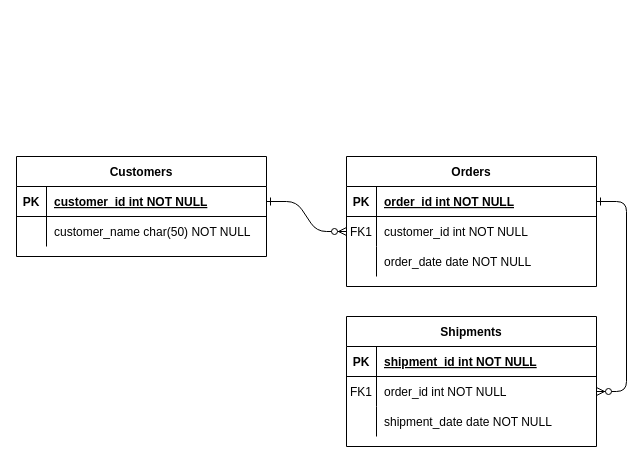
This is Untitled Diagram.drawio from rushikeshag/rushikeshag, a draw.io file, before an edit. Source tidied: cells renumbered, new cells numbered last; positions are measured from the earlier drawing's top-left corner, leaving out a move shared by most shapes. Both pictures are drawn from the tidied source at 100%, with x=0, y=0 at pixel (16, 156).
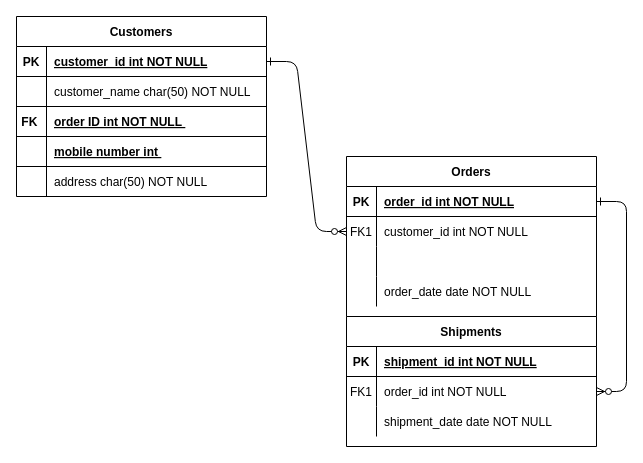
The same diagram, later.

Commit message:
First Commit for Customer able

Diff of the diagram source:
```diff
@@
     <mxCell id="4" value="Orders" style="shape=table;startSize=30;childLayout=tableLayout;rowLines=0;fontStyle=1;align=center;" parent="1" vertex="1">
-      <mxGeometry x="330" width="250" height="130" as="geometry" />
+      <mxGeometry x="330" width="250" height="160" as="geometry" />
     </mxCell>
@@
+    <mxCell id="31" style="shape=partialRectangle;fillColor=none;top=0;left=0;right=0;bottom=0;" parent="4" vertex="1">
+      <mxGeometry y="90" width="250" height="30" as="geometry" />
+    </mxCell>
+    <mxCell id="32" style="shape=partialRectangle;overflow=hidden;fillColor=none;top=0;left=0;bottom=0;right=0;" parent="31" vertex="1">
+      <mxGeometry width="30" height="30" as="geometry" />
+    </mxCell>
+    <mxCell id="33" style="shape=partialRectangle;overflow=hidden;fillColor=none;top=0;left=0;bottom=0;right=0;align=left;spacingLeft=6;" parent="31" vertex="1">
+      <mxGeometry x="30" width="220" height="30" as="geometry" />
+    </mxCell>
     <mxCell id="11" style="shape=partialRectangle;fillColor=none;top=0;left=0;right=0;bottom=0;" parent="4" vertex="1">
-      <mxGeometry y="90" width="250" height="30" as="geometry" />
+      <mxGeometry y="120" width="250" height="30" as="geometry" />
     </mxCell>
@@
     <mxCell id="24" value="Customers" style="shape=table;startSize=30;childLayout=tableLayout;rowLines=0;fontStyle=1;align=center;" parent="1" vertex="1">
-      <mxGeometry width="250" height="100" as="geometry" />
+      <mxGeometry y="-140" width="250" height="180" as="geometry" />
     </mxCell>
@@
+    <mxCell id="34" style="shape=partialRectangle;fillColor=none;top=0;left=0;right=0;bottom=1;" parent="24" vertex="1">
+      <mxGeometry y="60" width="250" height="30" as="geometry" />
+    </mxCell>
+    <mxCell id="35" style="shape=partialRectangle;overflow=hidden;fillColor=none;top=0;left=0;bottom=0;right=0;fontStyle=1;" parent="34" vertex="1">
+      <mxGeometry width="30" height="30" as="geometry" />
+    </mxCell>
+    <mxCell id="36" style="shape=partialRectangle;overflow=hidden;fillColor=none;top=0;left=0;bottom=0;right=0;align=left;spacingLeft=6;fontStyle=5;" parent="34" vertex="1">
+      <mxGeometry x="30" width="220" height="30" as="geometry" />
+    </mxCell>
+    <mxCell id="37" style="shape=partialRectangle;fillColor=none;top=0;left=0;right=0;bottom=1;" parent="24" vertex="1">
+      <mxGeometry y="90" width="250" height="30" as="geometry" />
+    </mxCell>
+    <mxCell id="38" value="FK " style="shape=partialRectangle;overflow=hidden;fillColor=none;top=0;left=0;bottom=0;right=0;fontStyle=1;" parent="37" vertex="1">
+      <mxGeometry width="30" height="30" as="geometry" />
+    </mxCell>
+    <mxCell id="39" value="order ID int NOT NULL " style="shape=partialRectangle;overflow=hidden;fillColor=none;top=0;left=0;bottom=0;right=0;align=left;spacingLeft=6;fontStyle=5;" parent="37" vertex="1">
+      <mxGeometry x="30" width="220" height="30" as="geometry" />
+    </mxCell>
+    <mxCell id="40" style="shape=partialRectangle;fillColor=none;top=0;left=0;right=0;bottom=1;" parent="24" vertex="1">
+      <mxGeometry y="120" width="250" height="30" as="geometry" />
+    </mxCell>
+    <mxCell id="41" style="shape=partialRectangle;overflow=hidden;fillColor=none;top=0;left=0;bottom=0;right=0;fontStyle=1;" parent="40" vertex="1">
+      <mxGeometry width="30" height="30" as="geometry" />
+    </mxCell>
+    <mxCell id="42" value="mobile number int " style="shape=partialRectangle;overflow=hidden;fillColor=none;top=0;left=0;bottom=0;right=0;align=left;spacingLeft=6;fontStyle=5;" parent="40" vertex="1">
+      <mxGeometry x="30" width="220" height="30" as="geometry" />
+    </mxCell>
     <mxCell id="28" style="shape=partialRectangle;fillColor=none;top=0;left=0;right=0;bottom=0;" parent="24" vertex="1">
-      <mxGeometry y="60" width="250" height="30" as="geometry" />
+      <mxGeometry y="150" width="250" height="30" as="geometry" />
     </mxCell>
@@
-    <mxCell id="30" value="customer_name char(50) NOT NULL" style="shape=partialRectangle;overflow=hidden;fillColor=none;top=0;left=0;bottom=0;right=0;align=left;spacingLeft=6;" parent="28" vertex="1">
+    <mxCell id="30" value="address char(50) NOT NULL" style="shape=partialRectangle;overflow=hidden;fillColor=none;top=0;left=0;bottom=0;right=0;align=left;spacingLeft=6;" parent="28" vertex="1">
       <mxGeometry x="30" width="220" height="30" as="geometry" />
     </mxCell>
+    <mxCell id="43" value="customer_name char(50) NOT NULL" style="shape=partialRectangle;overflow=hidden;fillColor=none;top=0;left=0;bottom=0;right=0;align=left;spacingLeft=6;" parent="1" vertex="1">
+      <mxGeometry x="30" y="-80" width="220" height="30" as="geometry" />
+    </mxCell>
```
